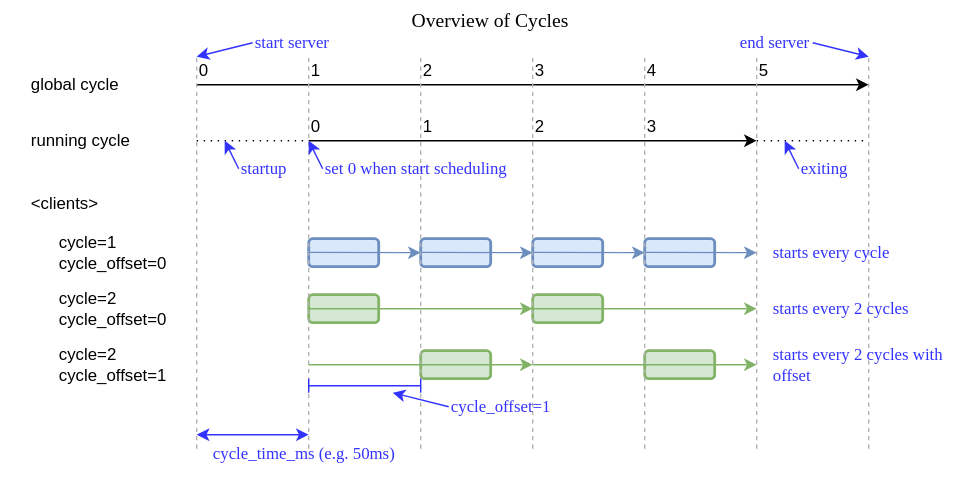
nao-kawano/ritsu-scheduler keeps this draw.io diagram as docs/assets/cycle-terminology.drawio.svg. Above is the earlier version. Source tidied: cells renumbered, new cells last; positions are measured from the earlier drawing's top-left corner, leaving out a move shared by most shapes. Its diagram source:
```xml
<mxGraphModel background="#ffffff">
  <root>
    <mxCell id="0" />
    <mxCell id="1" parent="0" />
    <mxCell id="2" value="global cycle" style="text;html=1;align=left;verticalAlign=middle;whiteSpace=wrap;rounded=0;fontFamily=Helvetica;" parent="1" vertex="1">
      <mxGeometry x="20" y="40" width="110" height="40" as="geometry" />
    </mxCell>
    <mxCell id="3" value="running cycle" style="text;html=1;align=left;verticalAlign=middle;whiteSpace=wrap;rounded=0;" parent="1" vertex="1">
      <mxGeometry x="20" y="80" width="110" height="40" as="geometry" />
    </mxCell>
    <mxCell id="4" style="endArrow=classic;html=1;" parent="1" edge="1">
      <mxGeometry relative="1" as="geometry">
        <mxPoint x="140" y="60" as="sourcePoint" />
        <mxPoint x="620" y="60" as="targetPoint" />
      </mxGeometry>
    </mxCell>
    <mxCell id="5" style="endArrow=classic;html=1;" parent="1" edge="1">
      <mxGeometry relative="1" as="geometry">
        <mxPoint x="220" y="100" as="sourcePoint" />
        <mxPoint x="540" y="100" as="targetPoint" />
      </mxGeometry>
    </mxCell>
    <mxCell id="6" value="&lt;div&gt;&lt;span style=&quot;background-color: transparent;&quot;&gt;cycle=1&lt;/span&gt;&lt;/div&gt;&lt;div&gt;cycle_offset=0&lt;/div&gt;" style="text;html=1;align=left;verticalAlign=middle;whiteSpace=wrap;rounded=0;fontSize=12;" parent="1" vertex="1">
      <mxGeometry x="40" y="160" width="90" height="40" as="geometry" />
    </mxCell>
    <mxCell id="7" value="cycle=2&lt;div&gt;cycle_offset=0&lt;/div&gt;" style="text;html=1;align=left;verticalAlign=middle;whiteSpace=wrap;rounded=0;fontSize=12;" parent="1" vertex="1">
      <mxGeometry x="40" y="200" width="90" height="40" as="geometry" />
    </mxCell>
    <mxCell id="8" value="cycle=2&lt;div&gt;cycle_offset=1&lt;/div&gt;" style="text;html=1;align=left;verticalAlign=middle;whiteSpace=wrap;rounded=0;fontSize=12;" parent="1" vertex="1">
      <mxGeometry x="40" y="240" width="90" height="40" as="geometry" />
    </mxCell>
    <mxCell id="9" style="endArrow=none;dashed=1;html=1;entryX=1;entryY=0;entryDx=0;entryDy=0;strokeWidth=1;strokeColor=#B3B3B3;" parent="1" edge="1">
      <mxGeometry relative="1" as="geometry">
        <mxPoint x="140" y="320" as="sourcePoint" />
        <mxPoint x="140" y="40" as="targetPoint" />
      </mxGeometry>
    </mxCell>
    <mxCell id="10" value="Overview of Cycles" style="text;html=1;align=center;verticalAlign=middle;whiteSpace=wrap;rounded=0;fontFamily=Comic Sans MS;fontSize=14;" parent="1" vertex="1">
      <mxGeometry width="700" height="30" as="geometry" />
    </mxCell>
    <mxCell id="11" style="rounded=1;whiteSpace=wrap;html=1;strokeWidth=2;fillWeight=4;hachureGap=8;hachureAngle=45;fillColor=#dae8fc;strokeColor=#6c8ebf;" parent="1" vertex="1">
      <mxGeometry x="220" y="170" width="50" height="20" as="geometry" />
    </mxCell>
    <mxCell id="12" style="rounded=1;whiteSpace=wrap;html=1;strokeWidth=2;fillWeight=4;hachureGap=8;hachureAngle=45;fillColor=#d5e8d4;strokeColor=#82b366;" parent="1" vertex="1">
      <mxGeometry x="220" y="210" width="50" height="20" as="geometry" />
    </mxCell>
    <mxCell id="13" style="rounded=1;whiteSpace=wrap;html=1;strokeWidth=2;fillWeight=4;hachureGap=8;hachureAngle=45;fillColor=#dae8fc;strokeColor=#6c8ebf;" parent="1" vertex="1">
      <mxGeometry x="300" y="170" width="50" height="20" as="geometry" />
    </mxCell>
    <mxCell id="14" style="rounded=1;whiteSpace=wrap;html=1;strokeWidth=2;fillWeight=4;hachureGap=8;hachureAngle=45;fillColor=#dae8fc;strokeColor=#6c8ebf;" parent="1" vertex="1">
      <mxGeometry x="380" y="170" width="50" height="20" as="geometry" />
    </mxCell>
    <mxCell id="15" style="rounded=1;whiteSpace=wrap;html=1;strokeWidth=2;fillWeight=4;hachureGap=8;hachureAngle=45;fillColor=#d5e8d4;strokeColor=#82b366;" parent="1" vertex="1">
      <mxGeometry x="380" y="210" width="50" height="20" as="geometry" />
    </mxCell>
    <mxCell id="16" style="rounded=1;whiteSpace=wrap;html=1;strokeWidth=2;fillWeight=4;hachureGap=8;hachureAngle=45;fillColor=#dae8fc;strokeColor=#6c8ebf;" parent="1" vertex="1">
      <mxGeometry x="460" y="170" width="50" height="20" as="geometry" />
    </mxCell>
    <mxCell id="17" style="rounded=1;whiteSpace=wrap;html=1;strokeWidth=2;fillWeight=4;hachureGap=8;hachureAngle=45;fillColor=#d5e8d4;strokeColor=#82b366;" parent="1" vertex="1">
      <mxGeometry x="300" y="250" width="50" height="20" as="geometry" />
    </mxCell>
    <mxCell id="18" style="rounded=1;whiteSpace=wrap;html=1;strokeWidth=2;fillWeight=4;hachureGap=8;hachureAngle=45;fillColor=#d5e8d4;strokeColor=#82b366;" parent="1" vertex="1">
      <mxGeometry x="460" y="250" width="50" height="20" as="geometry" />
    </mxCell>
    <mxCell id="19" style="endArrow=none;dashed=1;html=1;entryX=1;entryY=0;entryDx=0;entryDy=0;strokeWidth=1;strokeColor=#B3B3B3;" parent="1" edge="1">
      <mxGeometry relative="1" as="geometry">
        <mxPoint x="220" y="320" as="sourcePoint" />
        <mxPoint x="220" y="40" as="targetPoint" />
      </mxGeometry>
    </mxCell>
    <mxCell id="20" style="endArrow=none;dashed=1;html=1;entryX=1;entryY=0;entryDx=0;entryDy=0;strokeWidth=1;strokeColor=#B3B3B3;" parent="1" edge="1">
      <mxGeometry relative="1" as="geometry">
        <mxPoint x="300" y="320" as="sourcePoint" />
        <mxPoint x="300" y="40" as="targetPoint" />
      </mxGeometry>
    </mxCell>
    <mxCell id="21" style="endArrow=none;dashed=1;html=1;entryX=1;entryY=0;entryDx=0;entryDy=0;strokeWidth=1;strokeColor=#B3B3B3;" parent="1" edge="1">
      <mxGeometry relative="1" as="geometry">
        <mxPoint x="380" y="320" as="sourcePoint" />
        <mxPoint x="380" y="40" as="targetPoint" />
      </mxGeometry>
    </mxCell>
    <mxCell id="22" style="endArrow=none;dashed=1;html=1;entryX=1;entryY=0;entryDx=0;entryDy=0;strokeWidth=1;strokeColor=#B3B3B3;" parent="1" edge="1">
      <mxGeometry relative="1" as="geometry">
        <mxPoint x="460" y="320" as="sourcePoint" />
        <mxPoint x="460" y="40" as="targetPoint" />
      </mxGeometry>
    </mxCell>
    <mxCell id="23" style="endArrow=none;dashed=1;html=1;entryX=1;entryY=0;entryDx=0;entryDy=0;strokeWidth=1;strokeColor=#B3B3B3;" parent="1" edge="1">
      <mxGeometry relative="1" as="geometry">
        <mxPoint x="540" y="320" as="sourcePoint" />
        <mxPoint x="540" y="40" as="targetPoint" />
      </mxGeometry>
    </mxCell>
    <mxCell id="24" style="endArrow=none;dashed=1;html=1;entryX=1;entryY=0;entryDx=0;entryDy=0;strokeWidth=1;strokeColor=#B3B3B3;" parent="1" edge="1">
      <mxGeometry relative="1" as="geometry">
        <mxPoint x="620" y="320" as="sourcePoint" />
        <mxPoint x="620" y="40" as="targetPoint" />
      </mxGeometry>
    </mxCell>
    <mxCell id="25" value="0" style="text;html=1;align=left;verticalAlign=middle;whiteSpace=wrap;rounded=0;" parent="1" vertex="1">
      <mxGeometry x="220" y="80" width="40" height="20" as="geometry" />
    </mxCell>
    <mxCell id="26" value="1" style="text;html=1;align=left;verticalAlign=middle;whiteSpace=wrap;rounded=0;" parent="1" vertex="1">
      <mxGeometry x="300" y="80" width="40" height="20" as="geometry" />
    </mxCell>
    <mxCell id="27" value="2" style="text;html=1;align=left;verticalAlign=middle;whiteSpace=wrap;rounded=0;" parent="1" vertex="1">
      <mxGeometry x="380" y="80" width="40" height="20" as="geometry" />
    </mxCell>
    <mxCell id="28" value="3" style="text;html=1;align=left;verticalAlign=middle;whiteSpace=wrap;rounded=0;" parent="1" vertex="1">
      <mxGeometry x="460" y="80" width="40" height="20" as="geometry" />
    </mxCell>
    <mxCell id="29" value="0" style="text;html=1;align=left;verticalAlign=middle;whiteSpace=wrap;rounded=0;" parent="1" vertex="1">
      <mxGeometry x="140" y="40" width="40" height="20" as="geometry" />
    </mxCell>
    <mxCell id="30" value="1" style="text;html=1;align=left;verticalAlign=middle;whiteSpace=wrap;rounded=0;" parent="1" vertex="1">
      <mxGeometry x="220" y="40" width="40" height="20" as="geometry" />
    </mxCell>
    <mxCell id="31" value="2" style="text;html=1;align=left;verticalAlign=middle;whiteSpace=wrap;rounded=0;" parent="1" vertex="1">
      <mxGeometry x="300" y="40" width="40" height="20" as="geometry" />
    </mxCell>
    <mxCell id="32" value="3" style="text;html=1;align=left;verticalAlign=middle;whiteSpace=wrap;rounded=0;" parent="1" vertex="1">
      <mxGeometry x="380" y="40" width="40" height="20" as="geometry" />
    </mxCell>
    <mxCell id="33" value="4" style="text;html=1;align=left;verticalAlign=middle;whiteSpace=wrap;rounded=0;" parent="1" vertex="1">
      <mxGeometry x="460" y="40" width="40" height="20" as="geometry" />
    </mxCell>
    <mxCell id="34" value="5" style="text;html=1;align=left;verticalAlign=middle;whiteSpace=wrap;rounded=0;" parent="1" vertex="1">
      <mxGeometry x="540" y="40" width="40" height="20" as="geometry" />
    </mxCell>
    <mxCell id="35" value="start server" style="text;html=1;align=left;verticalAlign=middle;whiteSpace=wrap;rounded=0;fontFamily=Comic Sans MS;fontColor=#3333FF;" parent="1" vertex="1">
      <mxGeometry x="180" y="20" width="120" height="20" as="geometry" />
    </mxCell>
    <mxCell id="36" value="startup" style="text;html=1;align=left;verticalAlign=middle;whiteSpace=wrap;rounded=0;fontFamily=Comic Sans MS;labelBackgroundColor=none;fontColor=#3333FF;" parent="1" vertex="1">
      <mxGeometry x="170" y="110" width="60" height="20" as="geometry" />
    </mxCell>
    <mxCell id="37" value="&amp;lt;clients&amp;gt;" style="text;html=1;align=left;verticalAlign=middle;whiteSpace=wrap;rounded=0;" parent="1" vertex="1">
      <mxGeometry x="20" y="130" width="110" height="30" as="geometry" />
    </mxCell>
    <mxCell id="38" value="exiting" style="text;html=1;align=left;verticalAlign=middle;whiteSpace=wrap;rounded=0;fontFamily=Comic Sans MS;fontColor=#3333FF;" parent="1" vertex="1">
      <mxGeometry x="570" y="110" width="60" height="20" as="geometry" />
    </mxCell>
    <mxCell id="39" style="edgeStyle=none;html=1;exitX=0;exitY=0.5;exitDx=0;exitDy=0;entryX=0;entryY=0;entryDx=0;entryDy=0;strokeColor=#3333FF;" parent="1" edge="1" source="35" target="29">
      <mxGeometry relative="1" as="geometry" />
    </mxCell>
    <mxCell id="40" style="endArrow=none;html=1;dashed=1;dashPattern=1 4;" parent="1" edge="1">
      <mxGeometry relative="1" as="geometry">
        <mxPoint x="140" y="100" as="sourcePoint" />
        <mxPoint x="220" y="100" as="targetPoint" />
      </mxGeometry>
    </mxCell>
    <mxCell id="41" style="endArrow=none;html=1;dashed=1;dashPattern=1 4;" parent="1" edge="1">
      <mxGeometry relative="1" as="geometry">
        <mxPoint x="540" y="100" as="sourcePoint" />
        <mxPoint x="620" y="100" as="targetPoint" />
      </mxGeometry>
    </mxCell>
    <mxCell id="42" value="end server" style="text;html=1;align=right;verticalAlign=middle;whiteSpace=wrap;rounded=0;fontFamily=Comic Sans MS;fontColor=#3333FF;" parent="1" vertex="1">
      <mxGeometry x="460" y="20" width="120" height="20" as="geometry" />
    </mxCell>
    <mxCell id="43" style="edgeStyle=none;html=1;exitX=1;exitY=0.5;exitDx=0;exitDy=0;strokeColor=#3333FF;" parent="1" edge="1" source="42">
      <mxGeometry relative="1" as="geometry">
        <mxPoint x="620" y="40" as="targetPoint" />
      </mxGeometry>
    </mxCell>
    <mxCell id="44" style="edgeStyle=none;html=1;strokeColor=#3333FF;exitX=0;exitY=0.5;exitDx=0;exitDy=0;" parent="1" edge="1">
      <mxGeometry relative="1" as="geometry">
        <mxPoint x="170" y="120" as="sourcePoint" />
        <mxPoint x="160" y="100" as="targetPoint" />
      </mxGeometry>
    </mxCell>
    <mxCell id="45" style="edgeStyle=none;html=1;strokeColor=#3333FF;exitX=0;exitY=0.5;exitDx=0;exitDy=0;" parent="1" edge="1">
      <mxGeometry relative="1" as="geometry">
        <mxPoint x="570" y="120" as="sourcePoint" />
        <mxPoint x="560" y="100" as="targetPoint" />
      </mxGeometry>
    </mxCell>
    <mxCell id="46" style="endArrow=classic;startArrow=classic;html=1;labelBackgroundColor=none;strokeColor=#3333FF;" parent="1" edge="1">
      <mxGeometry relative="1" as="geometry">
        <mxPoint x="140" y="310" as="sourcePoint" />
        <mxPoint x="220" y="310" as="targetPoint" />
      </mxGeometry>
    </mxCell>
    <mxCell id="47" value="cycle_time_ms (e.g. 50ms)" style="text;html=1;align=left;verticalAlign=top;whiteSpace=wrap;rounded=0;fontFamily=Comic Sans MS;fontColor=#3333FF;" parent="1" vertex="1">
      <mxGeometry x="150" y="310" width="200" height="40" as="geometry" />
    </mxCell>
    <mxCell id="48" value="starts every cycle" style="text;html=1;align=left;verticalAlign=middle;whiteSpace=wrap;rounded=0;fontFamily=Comic Sans MS;fontColor=#3333FF;" parent="1" vertex="1">
      <mxGeometry x="550" y="170" width="140" height="20" as="geometry" />
    </mxCell>
    <mxCell id="49" value="starts every 2 cycles" style="text;html=1;align=left;verticalAlign=middle;whiteSpace=wrap;rounded=0;fontFamily=Comic Sans MS;fontColor=#3333FF;" parent="1" vertex="1">
      <mxGeometry x="550" y="210" width="140" height="20" as="geometry" />
    </mxCell>
    <mxCell id="50" value="starts every 2 cycles with offset" style="text;html=1;align=left;verticalAlign=middle;whiteSpace=wrap;rounded=0;fontFamily=Comic Sans MS;fontColor=#3333FF;" parent="1" vertex="1">
      <mxGeometry x="550" y="250" width="140" height="20" as="geometry" />
    </mxCell>
    <mxCell id="51" style="endArrow=classic;html=1;fillColor=#dae8fc;strokeColor=#6c8ebf;" parent="1" edge="1">
      <mxGeometry relative="1" as="geometry">
        <mxPoint x="220" y="179.8" as="sourcePoint" />
        <mxPoint x="300" y="180" as="targetPoint" />
      </mxGeometry>
    </mxCell>
    <mxCell id="52" style="endArrow=classic;html=1;fillColor=#dae8fc;strokeColor=#6c8ebf;" parent="1" edge="1">
      <mxGeometry relative="1" as="geometry">
        <mxPoint x="300" y="179.8" as="sourcePoint" />
        <mxPoint x="380" y="180" as="targetPoint" />
      </mxGeometry>
    </mxCell>
    <mxCell id="53" style="endArrow=classic;html=1;fillColor=#dae8fc;strokeColor=#6c8ebf;" parent="1" edge="1">
      <mxGeometry relative="1" as="geometry">
        <mxPoint x="380" y="179.8" as="sourcePoint" />
        <mxPoint x="460" y="180" as="targetPoint" />
      </mxGeometry>
    </mxCell>
    <mxCell id="54" style="endArrow=classic;html=1;fillColor=#dae8fc;strokeColor=#6c8ebf;" parent="1" edge="1">
      <mxGeometry relative="1" as="geometry">
        <mxPoint x="460" y="179.8" as="sourcePoint" />
        <mxPoint x="540" y="180" as="targetPoint" />
      </mxGeometry>
    </mxCell>
    <mxCell id="55" style="endArrow=classic;html=1;fillColor=#d5e8d4;strokeColor=#82b366;" parent="1" edge="1">
      <mxGeometry relative="1" as="geometry">
        <mxPoint x="220" y="220" as="sourcePoint" />
        <mxPoint x="380" y="220" as="targetPoint" />
      </mxGeometry>
    </mxCell>
    <mxCell id="56" style="endArrow=classic;html=1;fillColor=#d5e8d4;strokeColor=#82b366;" parent="1" edge="1">
      <mxGeometry relative="1" as="geometry">
        <mxPoint x="380" y="220" as="sourcePoint" />
        <mxPoint x="540" y="220" as="targetPoint" />
      </mxGeometry>
    </mxCell>
    <mxCell id="57" style="endArrow=classic;html=1;fillColor=#d5e8d4;strokeColor=#82b366;" parent="1" edge="1">
      <mxGeometry relative="1" as="geometry">
        <mxPoint x="220" y="260" as="sourcePoint" />
        <mxPoint x="380" y="260" as="targetPoint" />
      </mxGeometry>
    </mxCell>
    <mxCell id="58" style="endArrow=classic;html=1;fillColor=#d5e8d4;strokeColor=#82b366;" parent="1" edge="1">
      <mxGeometry relative="1" as="geometry">
        <mxPoint x="380" y="260" as="sourcePoint" />
        <mxPoint x="540" y="260" as="targetPoint" />
      </mxGeometry>
    </mxCell>
    <mxCell id="59" style="edgeStyle=none;html=1;strokeColor=#3333FF;exitX=0;exitY=0.5;exitDx=0;exitDy=0;" parent="1" edge="1">
      <mxGeometry relative="1" as="geometry">
        <mxPoint x="230" y="120" as="sourcePoint" />
        <mxPoint x="220" y="100" as="targetPoint" />
      </mxGeometry>
    </mxCell>
    <mxCell id="60" value="set 0 when start scheduling" style="text;html=1;align=left;verticalAlign=middle;whiteSpace=wrap;rounded=0;fontFamily=Comic Sans MS;labelBackgroundColor=none;fontColor=#3333FF;" parent="1" vertex="1">
      <mxGeometry x="230" y="110" width="170" height="20" as="geometry" />
    </mxCell>
    <mxCell id="61" style="shape=crossbar;whiteSpace=wrap;html=1;rounded=1;fillColor=#dae8fc;strokeColor=#3333FF;" parent="1" vertex="1">
      <mxGeometry x="220" y="270" width="80" height="10" as="geometry" />
    </mxCell>
    <mxCell id="62" value="cycle_offset=1" style="text;html=1;align=left;verticalAlign=middle;whiteSpace=wrap;rounded=0;fontFamily=Comic Sans MS;labelBackgroundColor=none;fontColor=#3333FF;" parent="1" vertex="1">
      <mxGeometry x="320" y="280" width="60" height="20" as="geometry" />
    </mxCell>
    <mxCell id="63" style="edgeStyle=none;html=1;strokeColor=#3333FF;" parent="1" edge="1">
      <mxGeometry relative="1" as="geometry">
        <mxPoint x="320" y="290" as="sourcePoint" />
        <mxPoint x="280" y="280" as="targetPoint" />
      </mxGeometry>
    </mxCell>
  </root>
</mxGraphModel>
```
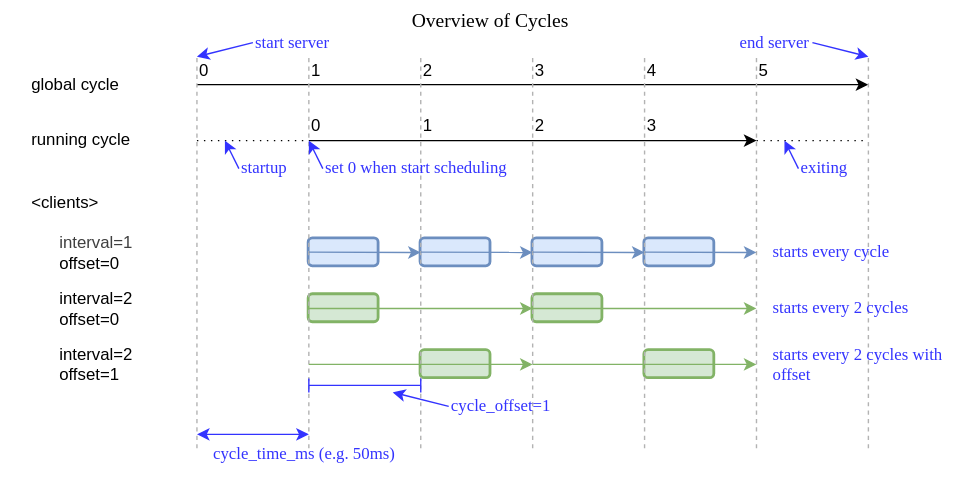
After the commit.

Commit message:
docs: update timing terminology and specification diagrams

Change to the diagram source:
```diff
@@ -20,13 +20,13 @@
         <mxPoint x="540" y="100" as="targetPoint" />
       </mxGeometry>
     </mxCell>
-    <mxCell id="6" value="&lt;div&gt;&lt;span style=&quot;background-color: transparent;&quot;&gt;cycle=1&lt;/span&gt;&lt;/div&gt;&lt;div&gt;cycle_offset=0&lt;/div&gt;" style="text;html=1;align=left;verticalAlign=middle;whiteSpace=wrap;rounded=0;fontSize=12;" parent="1" vertex="1">
+    <mxCell id="6" value="&lt;div&gt;&lt;span style=&quot;background-color: transparent; color: rgb(63, 63, 63);&quot;&gt;interval=1&lt;/span&gt;&lt;/div&gt;&lt;div&gt;offset=0&lt;/div&gt;" style="text;html=1;align=left;verticalAlign=middle;whiteSpace=wrap;rounded=0;fontSize=12;" parent="1" vertex="1">
       <mxGeometry x="40" y="160" width="90" height="40" as="geometry" />
     </mxCell>
-    <mxCell id="7" value="cycle=2&lt;div&gt;cycle_offset=0&lt;/div&gt;" style="text;html=1;align=left;verticalAlign=middle;whiteSpace=wrap;rounded=0;fontSize=12;" parent="1" vertex="1">
+    <mxCell id="7" value="interval=2&lt;div&gt;offset=0&lt;/div&gt;" style="text;html=1;align=left;verticalAlign=middle;whiteSpace=wrap;rounded=0;fontSize=12;" parent="1" vertex="1">
       <mxGeometry x="40" y="200" width="90" height="40" as="geometry" />
     </mxCell>
-    <mxCell id="8" value="cycle=2&lt;div&gt;cycle_offset=1&lt;/div&gt;" style="text;html=1;align=left;verticalAlign=middle;whiteSpace=wrap;rounded=0;fontSize=12;" parent="1" vertex="1">
+    <mxCell id="8" value="interval=2&lt;div&gt;offset=1&lt;/div&gt;" style="text;html=1;align=left;verticalAlign=middle;whiteSpace=wrap;rounded=0;fontSize=12;" parent="1" vertex="1">
       <mxGeometry x="40" y="240" width="90" height="40" as="geometry" />
     </mxCell>
     <mxCell id="9" style="endArrow=none;dashed=1;html=1;entryX=1;entryY=0;entryDx=0;entryDy=0;strokeWidth=1;strokeColor=#B3B3B3;" parent="1" edge="1">
```
